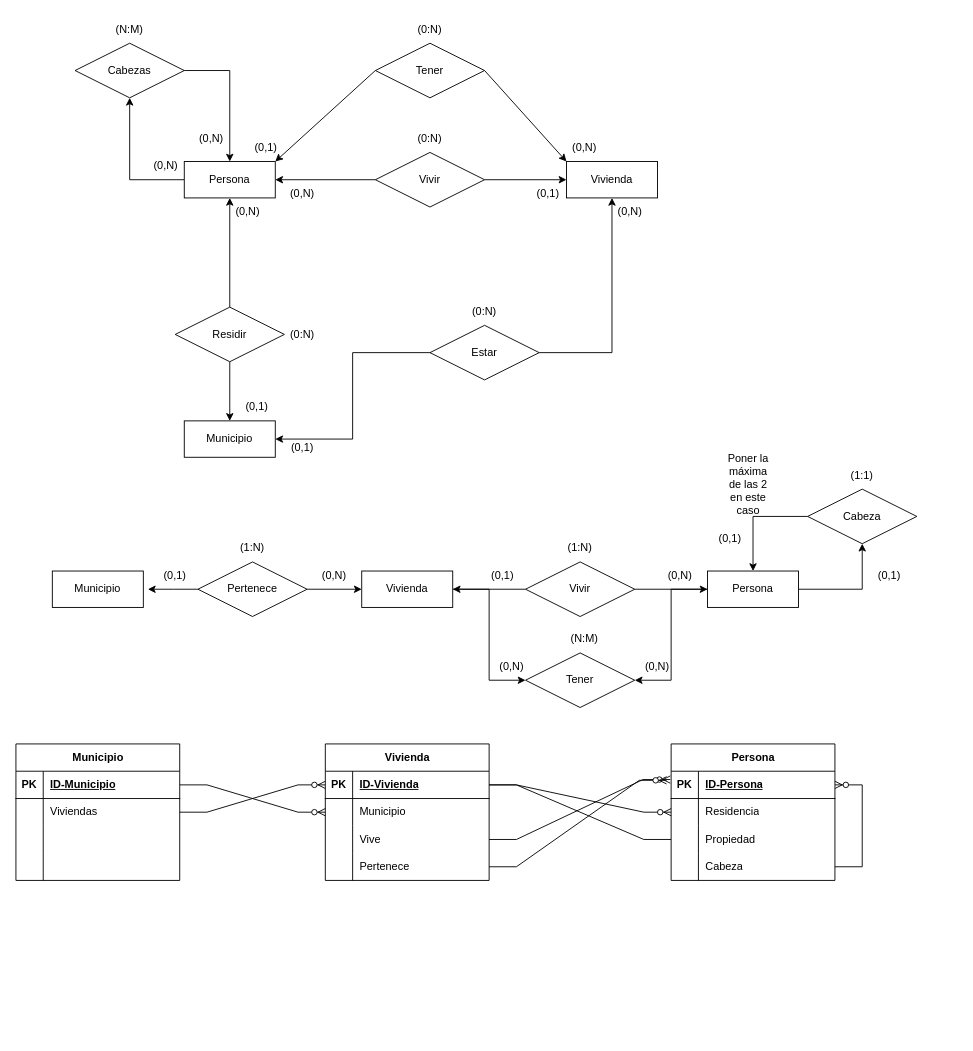
The draw.io diagram Diagrama sin título.drawio in miguelelinformatico/2025_26, before the edit. Source tidied: cells renumbered, new cells numbered last; positions are measured from the earlier drawing's top-left corner, leaving out a move shared by most shapes. Both pictures are drawn from the tidied source at 91%, with x=0, y=0 at pixel (15, 15).
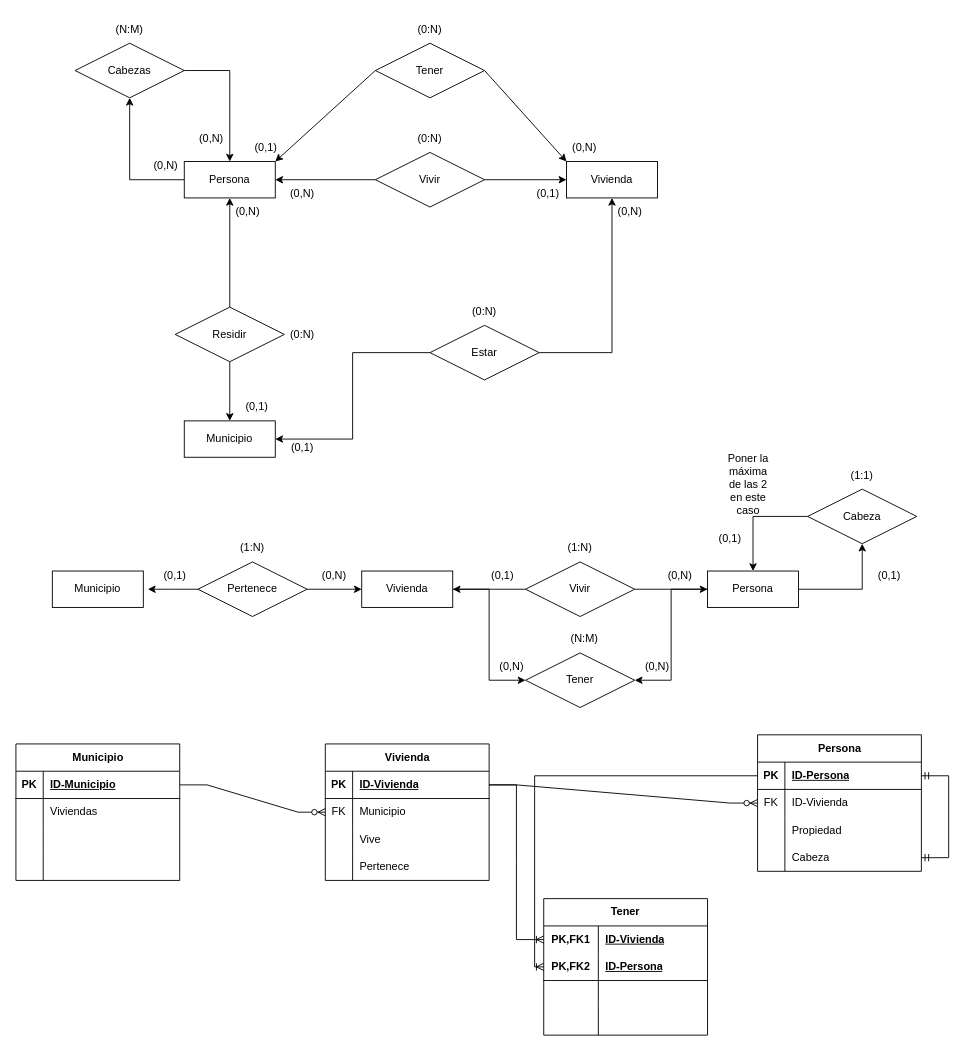
The same diagram, later.

Unchanged cells that the change refers to:
```xml
<mxCell id="51" style="shape=tableRow;horizontal=0;startSize=0;swimlaneHead=0;swimlaneBody=0;fillColor=none;points=[[0,0.5],[1,0.5]];portConstraint=eastwest;top=0;left=0;right=0;bottom=1;" parent="50" vertex="1">
  <mxGeometry y="30" width="180" height="30" as="geometry" />
</mxCell>
<mxCell id="54" style="shape=tableRow;horizontal=0;startSize=0;swimlaneHead=0;swimlaneBody=0;fillColor=none;points=[[0,0.5],[1,0.5]];portConstraint=eastwest;top=0;left=0;right=0;bottom=0;" parent="50" vertex="1">
  <mxGeometry y="60" width="180" height="30" as="geometry" />
</mxCell>
<mxCell id="57" style="shape=tableRow;horizontal=0;startSize=0;swimlaneHead=0;swimlaneBody=0;fillColor=none;points=[[0,0.5],[1,0.5]];portConstraint=eastwest;top=0;left=0;right=0;bottom=0;" parent="50" vertex="1">
  <mxGeometry y="90" width="180" height="30" as="geometry" />
</mxCell>
<mxCell id="60" style="shape=tableRow;horizontal=0;startSize=0;swimlaneHead=0;swimlaneBody=0;fillColor=none;points=[[0,0.5],[1,0.5]];portConstraint=eastwest;top=0;left=0;right=0;bottom=0;" parent="50" vertex="1">
  <mxGeometry y="120" width="180" height="30" as="geometry" />
</mxCell>
<mxCell id="65" style="shape=tableRow;horizontal=0;startSize=0;swimlaneHead=0;swimlaneBody=0;fillColor=none;points=[[0,0.5],[1,0.5]];portConstraint=eastwest;top=0;left=0;right=0;bottom=1;" parent="64" vertex="1">
  <mxGeometry y="30" width="180" height="30" as="geometry" />
</mxCell>
<mxCell id="68" style="shape=tableRow;horizontal=0;startSize=0;swimlaneHead=0;swimlaneBody=0;fillColor=none;points=[[0,0.5],[1,0.5]];portConstraint=eastwest;top=0;left=0;right=0;bottom=0;" parent="64" vertex="1">
  <mxGeometry y="60" width="180" height="30" as="geometry" />
</mxCell>
<mxCell id="71" style="shape=tableRow;horizontal=0;startSize=0;swimlaneHead=0;swimlaneBody=0;fillColor=none;points=[[0,0.5],[1,0.5]];portConstraint=eastwest;top=0;left=0;right=0;bottom=0;" parent="64" vertex="1">
  <mxGeometry y="90" width="180" height="30" as="geometry" />
</mxCell>
<mxCell id="74" style="shape=tableRow;horizontal=0;startSize=0;swimlaneHead=0;swimlaneBody=0;fillColor=none;points=[[0,0.5],[1,0.5]];portConstraint=eastwest;top=0;left=0;right=0;bottom=0;" parent="64" vertex="1">
  <mxGeometry y="120" width="180" height="30" as="geometry" />
</mxCell>
<mxCell id="81" style="shape=tableRow;horizontal=0;startSize=0;swimlaneHead=0;swimlaneBody=0;fillColor=none;points=[[0,0.5],[1,0.5]];portConstraint=eastwest;top=0;left=0;right=0;bottom=0;" parent="77" vertex="1">
  <mxGeometry y="60" width="180" height="30" as="geometry" />
</mxCell>
```

Change to the diagram source:
```diff
@@
     <mxCell id="50" value="Persona" style="shape=table;startSize=30;childLayout=tableLayout;rowLines=0;fontStyle=1;align=center;html=1;" parent="1" vertex="1">
-      <mxGeometry x="720" y="800" width="180" height="150" as="geometry" />
+      <mxGeometry x="815" y="790" width="180" height="150" as="geometry" />
     </mxCell>
@@
-    <mxCell id="55" style="shape=partialRectangle;fillColor=none;top=0;left=0;bottom=0;right=0;overflow=hidden;whiteSpace=wrap;html=1;" parent="54" vertex="1">
+    <mxCell id="55" value="FK" style="shape=partialRectangle;fillColor=none;top=0;left=0;bottom=0;right=0;overflow=hidden;whiteSpace=wrap;html=1;" parent="54" vertex="1">
       <mxGeometry width="30" height="30" as="geometry" />
     </mxCell>
-    <mxCell id="56" value="Residencia" style="shape=partialRectangle;fillColor=none;top=0;left=0;bottom=0;right=0;align=left;spacingLeft=6;overflow=hidden;whiteSpace=wrap;html=1;" parent="54" vertex="1">
+    <mxCell id="56" value="ID-Vivienda" style="shape=partialRectangle;fillColor=none;top=0;left=0;bottom=0;right=0;align=left;spacingLeft=6;overflow=hidden;whiteSpace=wrap;html=1;" parent="54" vertex="1">
       <mxGeometry x="30" width="150" height="30" as="geometry" />
     </mxCell>
@@
-    <mxCell id="63" style="edgeStyle=entityRelationEdgeStyle;fontSize=12;html=1;endArrow=ERzeroToMany;endFill=1;rounded=0;exitX=1;exitY=0.5;exitDx=0;exitDy=0;entryX=1;entryY=0.5;entryDx=0;entryDy=0;" parent="50" edge="1" source="60" target="51">
-      <mxGeometry relative="1" as="geometry" />
-    </mxCell>
+    <mxCell id="109" style="edgeStyle=entityRelationEdgeStyle;fontSize=12;html=1;endArrow=ERmandOne;startArrow=ERmandOne;rounded=0;exitX=1;exitY=0.5;exitDx=0;exitDy=0;entryX=1;entryY=0.5;entryDx=0;entryDy=0;" parent="50" edge="1" source="51" target="60">
+      <mxGeometry relative="1" as="geometry" />
+    </mxCell>
@@
-    <mxCell id="69" style="shape=partialRectangle;fillColor=none;top=0;left=0;bottom=0;right=0;overflow=hidden;whiteSpace=wrap;html=1;" parent="68" vertex="1">
+    <mxCell id="69" value="FK" style="shape=partialRectangle;fillColor=none;top=0;left=0;bottom=0;right=0;overflow=hidden;whiteSpace=wrap;html=1;" parent="68" vertex="1">
       <mxGeometry width="30" height="30" as="geometry" />
     </mxCell>
@@
-    <mxCell id="91" style="edgeStyle=entityRelationEdgeStyle;fontSize=12;html=1;endArrow=ERzeroToMany;endFill=1;rounded=0;exitX=1;exitY=0.5;exitDx=0;exitDy=0;entryX=0;entryY=0.5;entryDx=0;entryDy=0;" parent="1" edge="1" source="81" target="65">
-      <mxGeometry relative="1" as="geometry" />
-    </mxCell>
@@
-    <mxCell id="93" style="edgeStyle=entityRelationEdgeStyle;fontSize=12;html=1;endArrow=none;endFill=0;rounded=0;exitX=1;exitY=0.5;exitDx=0;exitDy=0;entryX=0;entryY=0.5;entryDx=0;entryDy=0;" parent="1" edge="1" source="65" target="57">
-      <mxGeometry relative="1" as="geometry" />
-    </mxCell>
-    <mxCell id="94" style="edgeStyle=entityRelationEdgeStyle;fontSize=12;html=1;endArrow=ERzeroToMany;endFill=1;rounded=0;exitX=1;exitY=0.5;exitDx=0;exitDy=0;entryX=-0.005;entryY=0.305;entryDx=0;entryDy=0;entryPerimeter=0;" parent="1" edge="1" source="71" target="51">
-      <mxGeometry relative="1" as="geometry" />
-    </mxCell>
-    <mxCell id="95" style="edgeStyle=entityRelationEdgeStyle;fontSize=12;html=1;endArrow=ERzeroToMany;endFill=1;rounded=0;exitX=1;exitY=0.5;exitDx=0;exitDy=0;" parent="1" edge="1" source="74">
-      <mxGeometry relative="1" as="geometry">
-        <mxPoint x="715" y="840" as="targetPoint" />
-      </mxGeometry>
-    </mxCell>
@@
+    <mxCell id="110" value="Tener" style="shape=table;startSize=30;childLayout=tableLayout;rowLines=0;fontStyle=1;align=center;html=1;whiteSpace=wrap;" parent="1" vertex="1">
+      <mxGeometry x="580" y="970" width="180" height="150" as="geometry" />
+    </mxCell>
+    <mxCell id="111" style="shape=tableRow;horizontal=0;startSize=0;swimlaneHead=0;swimlaneBody=0;fillColor=none;points=[[0,0.5],[1,0.5]];portConstraint=eastwest;top=0;left=0;right=0;bottom=0;html=1;" parent="110" vertex="1">
+      <mxGeometry y="30" width="180" height="30" as="geometry" />
+    </mxCell>
+    <mxCell id="112" value="PK,FK1" style="shape=partialRectangle;fillColor=none;top=0;left=0;bottom=0;right=0;fontStyle=1;overflow=hidden;html=1;whiteSpace=wrap;" parent="111" vertex="1">
+      <mxGeometry width="60" height="30" as="geometry" />
+    </mxCell>
+    <mxCell id="113" value="ID-Vivienda" style="shape=partialRectangle;fillColor=none;top=0;left=0;bottom=0;right=0;align=left;spacingLeft=6;fontStyle=5;overflow=hidden;html=1;whiteSpace=wrap;" parent="111" vertex="1">
+      <mxGeometry x="60" width="120" height="30" as="geometry" />
+    </mxCell>
+    <mxCell id="114" style="shape=tableRow;horizontal=0;startSize=0;swimlaneHead=0;swimlaneBody=0;fillColor=none;points=[[0,0.5],[1,0.5]];portConstraint=eastwest;top=0;left=0;right=0;bottom=1;html=1;" parent="110" vertex="1">
+      <mxGeometry y="60" width="180" height="30" as="geometry" />
+    </mxCell>
+    <mxCell id="115" value="PK,FK2" style="shape=partialRectangle;fillColor=none;top=0;left=0;bottom=0;right=0;fontStyle=1;overflow=hidden;html=1;whiteSpace=wrap;" parent="114" vertex="1">
+      <mxGeometry width="60" height="30" as="geometry" />
+    </mxCell>
+    <mxCell id="116" value="ID-Persona" style="shape=partialRectangle;fillColor=none;top=0;left=0;bottom=0;right=0;align=left;spacingLeft=6;fontStyle=5;overflow=hidden;html=1;whiteSpace=wrap;" parent="114" vertex="1">
+      <mxGeometry x="60" width="120" height="30" as="geometry" />
+    </mxCell>
+    <mxCell id="117" style="shape=tableRow;horizontal=0;startSize=0;swimlaneHead=0;swimlaneBody=0;fillColor=none;top=0;left=0;right=0;bottom=0;html=1;" parent="110" vertex="1">
+      <mxGeometry y="90" width="180" height="30" as="geometry" />
+    </mxCell>
+    <mxCell id="118" style="shape=partialRectangle;fillColor=none;top=0;left=0;bottom=0;right=0;overflow=hidden;html=1;whiteSpace=wrap;" parent="117" vertex="1">
+      <mxGeometry width="60" height="30" as="geometry" />
+    </mxCell>
+    <mxCell id="119" style="shape=partialRectangle;fillColor=none;top=0;left=0;bottom=0;right=0;align=left;spacingLeft=6;overflow=hidden;html=1;whiteSpace=wrap;" parent="117" vertex="1">
+      <mxGeometry x="60" width="120" height="30" as="geometry" />
+    </mxCell>
+    <mxCell id="120" style="shape=tableRow;horizontal=0;startSize=0;swimlaneHead=0;swimlaneBody=0;fillColor=none;top=0;left=0;right=0;bottom=0;html=1;" parent="110" vertex="1">
+      <mxGeometry y="120" width="180" height="30" as="geometry" />
+    </mxCell>
+    <mxCell id="121" style="shape=partialRectangle;fillColor=none;top=0;left=0;bottom=0;right=0;overflow=hidden;html=1;whiteSpace=wrap;" parent="120" vertex="1">
+      <mxGeometry width="60" height="30" as="geometry" />
+    </mxCell>
+    <mxCell id="122" style="shape=partialRectangle;fillColor=none;top=0;left=0;bottom=0;right=0;align=left;spacingLeft=6;overflow=hidden;html=1;whiteSpace=wrap;" parent="120" vertex="1">
+      <mxGeometry x="60" width="120" height="30" as="geometry" />
+    </mxCell>
+    <mxCell id="123" style="edgeStyle=entityRelationEdgeStyle;fontSize=12;html=1;endArrow=ERoneToMany;rounded=0;exitX=1;exitY=0.5;exitDx=0;exitDy=0;entryX=0;entryY=0.5;entryDx=0;entryDy=0;" parent="1" edge="1" source="65" target="111">
+      <mxGeometry relative="1" as="geometry" />
+    </mxCell>
+    <mxCell id="124" style="fontSize=12;html=1;endArrow=ERoneToMany;rounded=0;exitX=0;exitY=0.5;exitDx=0;exitDy=0;entryX=0;entryY=0.5;entryDx=0;entryDy=0;edgeStyle=orthogonalEdgeStyle;" parent="1" edge="1" source="51" target="114">
+      <mxGeometry relative="1" as="geometry" />
+    </mxCell>
```
